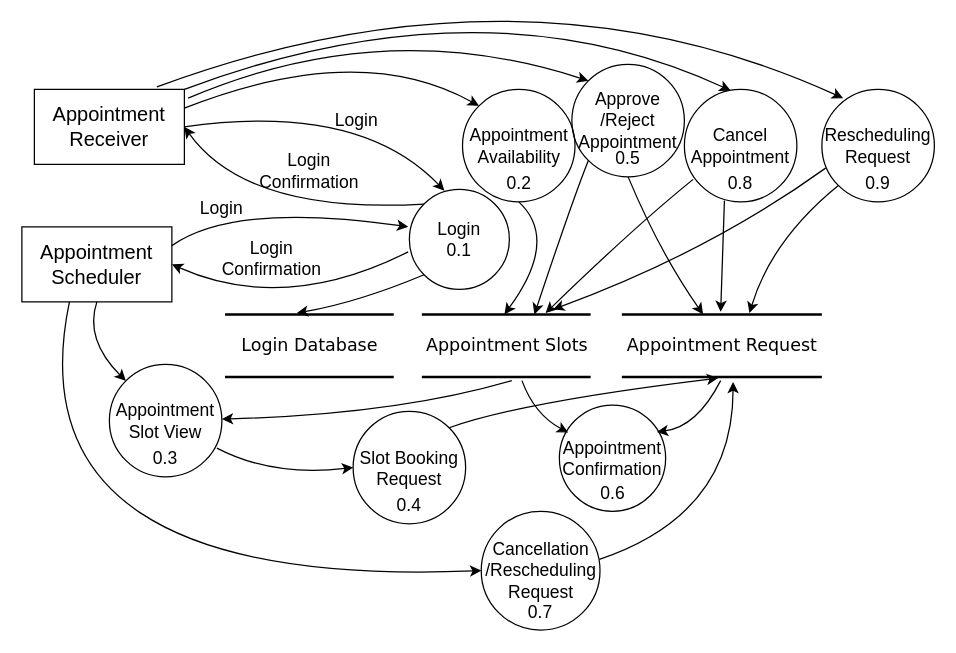
This is DataFlow Diagram (Level-1).drawio from Yash7200/CP-1, a draw.io file, before an edit. Source tidied: cells renumbered, new cells numbered last; positions are measured from the earlier drawing's top-left corner, leaving out a move shared by most shapes. Both pictures are drawn from the tidied source at 125%, with x=0, y=0 at pixel (9, -49).
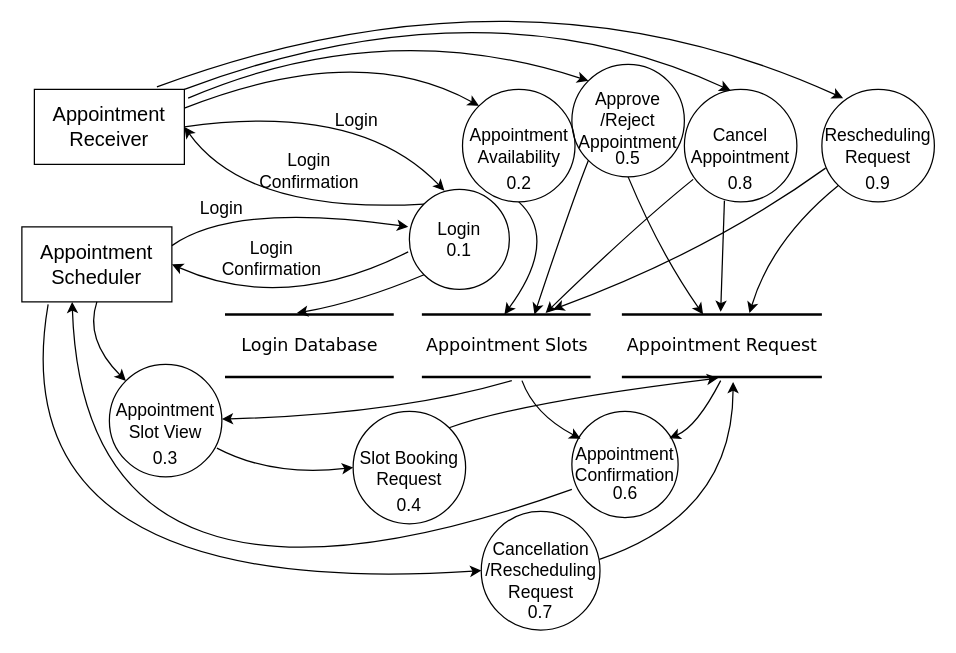
Above is the later version.

Commit message:
Update DataFlow Diagram (Level-1) 1.5.1.drawio

Unchanged cells that the change refers to:
```xml
<mxCell id="2" value="Appointment Scheduler" style="rounded=0;whiteSpace=wrap;html=1;fontSize=16;fillColor=none;" parent="1" vertex="1">
  <mxGeometry x="10" y="220" width="120" height="60" as="geometry" />
</mxCell>
<mxCell id="43" value="&lt;div&gt;Cancellation&lt;/div&gt;&lt;div&gt;/Rescheduling Request&lt;/div&gt;" style="ellipse;whiteSpace=wrap;html=1;fillColor=none;fontSize=14;" parent="1" vertex="1">
  <mxGeometry x="377.5" y="447.5" width="95" height="95" as="geometry" />
</mxCell>
```

Change to the diagram source:
```diff
@@
     <mxCell id="34" value="&lt;div&gt;Appointment&lt;/div&gt;&lt;div&gt;Confirmation&lt;br&gt;&lt;/div&gt;" style="ellipse;whiteSpace=wrap;html=1;fillColor=none;fontSize=14;" parent="1" vertex="1">
-      <mxGeometry x="440" y="362.5" width="85" height="85" as="geometry" />
+      <mxGeometry x="450" y="367.5" width="85" height="85" as="geometry" />
     </mxCell>
@@
     <mxCell id="37" value="0.6" style="text;html=1;strokeColor=none;fillColor=none;align=center;verticalAlign=middle;whiteSpace=wrap;rounded=0;fontSize=14;" parent="1" vertex="1">
-      <mxGeometry x="452.5" y="417.5" width="60" height="30" as="geometry" />
+      <mxGeometry x="462.5" y="417.5" width="60" height="30" as="geometry" />
     </mxCell>
@@
-    <mxCell id="44" style="curved=1;endArrow=classic;html=1;rounded=0;fontSize=14;exitX=0.317;exitY=1;exitDx=0;exitDy=0;entryX=0;entryY=0.5;entryDx=0;entryDy=0;exitPerimeter=0;" parent="1" edge="1" source="2" target="43">
+    <mxCell id="44" style="curved=1;endArrow=classic;html=1;rounded=0;fontSize=14;exitX=0.175;exitY=1.033;exitDx=0;exitDy=0;entryX=0;entryY=0.5;entryDx=0;entryDy=0;exitPerimeter=0;" parent="1" edge="1" source="2" target="43">
       <mxGeometry relative="1" as="geometry">
         <Array as="points">
-          <mxPoint y="510" />
+          <mxPoint x="-10" y="520" />
         </Array>
       </mxGeometry>
     </mxCell>
@@
+    <mxCell id="52" style="curved=1;endArrow=classic;html=1;rounded=0;fontSize=14;entryX=0;entryY=0.5;entryDx=0;entryDy=0;" parent="1" edge="1">
+      <mxGeometry relative="1" as="geometry">
+        <mxPoint x="450" y="430" as="sourcePoint" />
+        <mxPoint x="50.2" y="280" as="targetPoint" />
+        <Array as="points">
+          <mxPoint x="60" y="570" />
+        </Array>
+      </mxGeometry>
+    </mxCell>
```
